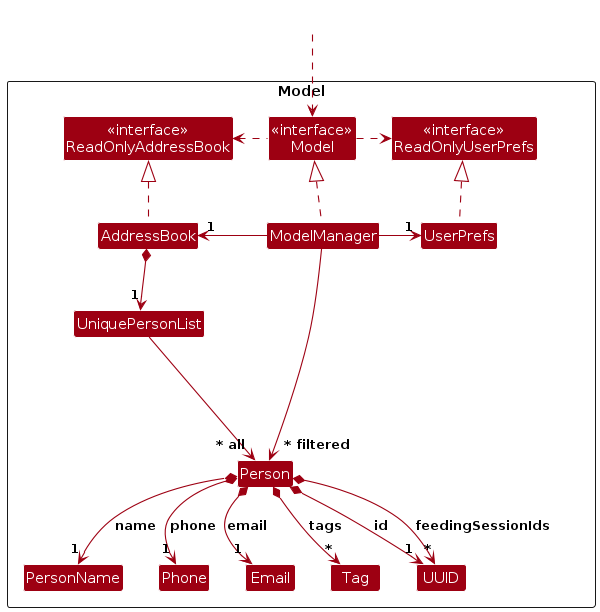
AY2526S1-CS2103T-W14-3/tp keeps this PlantUML diagram as diagrams/ModelPersonClassDiagram.png. Above is the earlier version. Its source is kept beside it as diagrams/ModelPersonClassDiagram.puml.
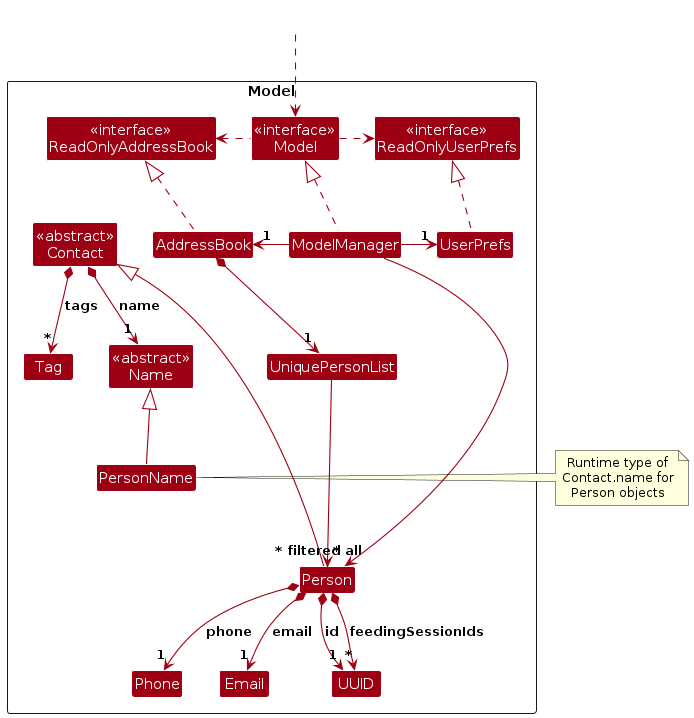
After the change.

Diff of the diagram source:
```diff
@@ -13,8 +13,10 @@
 Class UserPrefs
 
 Class UniquePersonList
+Class "<<abstract>>\nContact" as Contact
 Class Person
 Class Email
+Class "<<abstract>>\nName" as Name
 Class PersonName
 Class Phone
 Class Tag
@@ -38,19 +40,29 @@
 AddressBook *--> "1" UniquePersonList
 UniquePersonList --> "~* all" Person
 
+Person -up-|> Contact
+Contact *--> "1" Name : name
+Contact *--> "*" Tag : tags
+
+PersonName -up-|> Name
+PersonName .[hidden].> Person
+
 Person *--> "1" UUID : id
-Person *--> "1" PersonName : name
 Person *--> "1" Phone : phone
 Person *--> "1" Email : email
-Person *--> "*" Tag : tags
 Person *--> "*" UUID : feedingSessionIds
 
 Person -[hidden]up--> I
 UniquePersonList -[hidden]right-> I
 
-PersonName -[hidden]right-> Phone
 Phone -[hidden]right-> Email
 
 ModelManager --> "~* filtered" Person
 
+note left of PersonName
+  Runtime type of
+  Contact.name for
+  Person objects
+end note
+
 @enduml
```
